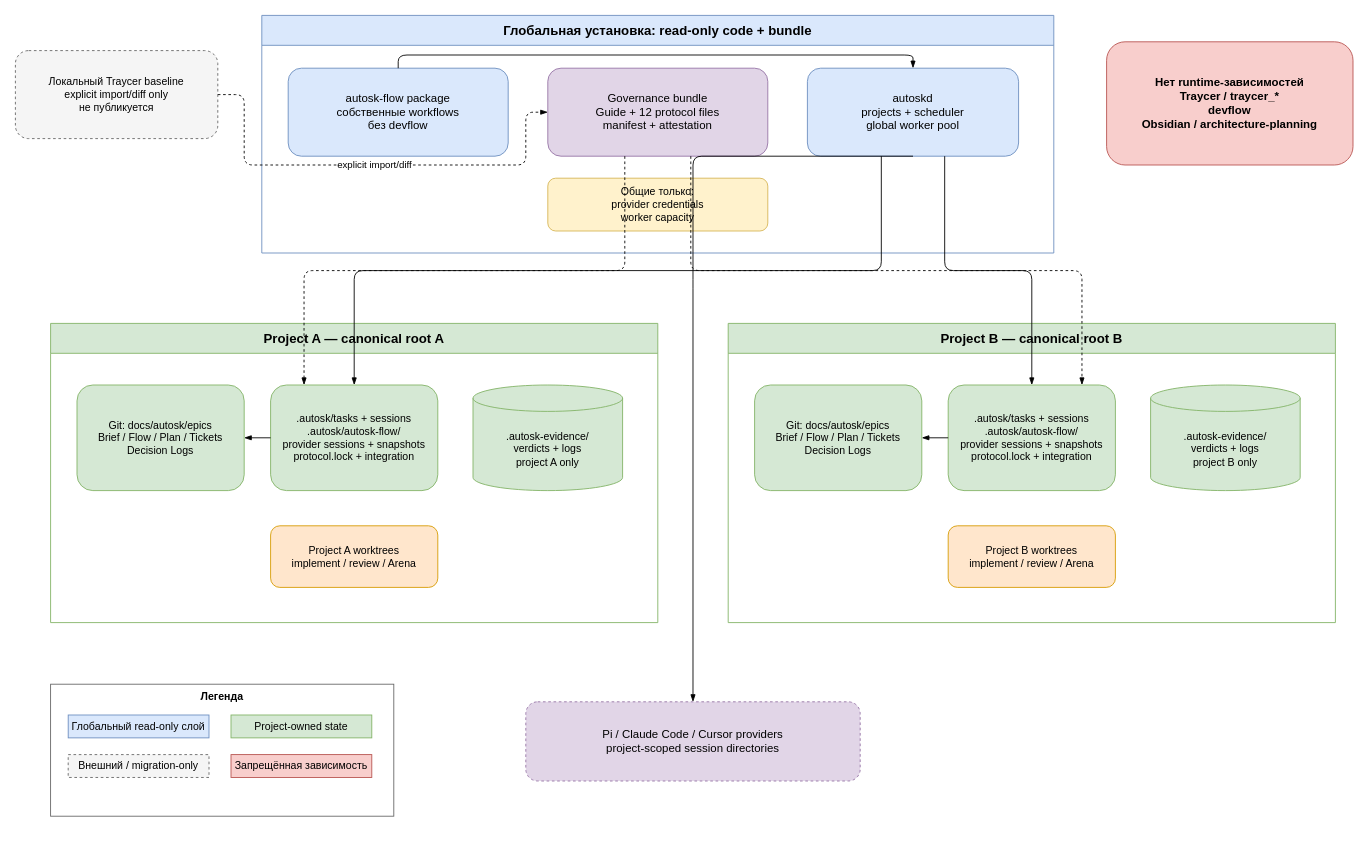
Valeron2206/autosk-traycer-flow keeps this draw.io diagram as page "Multi-project architecture" (2 of 2) of diagrams/autosk-flow.drawio. Above is the earlier version. Source tidied: cells renumbered, new cells numbered last; positions are measured from the earlier drawing's top-left corner, leaving out a move shared by most shapes. Both pictures are drawn from the tidied source at 88%, with x=0, y=0 at pixel (15, 15).
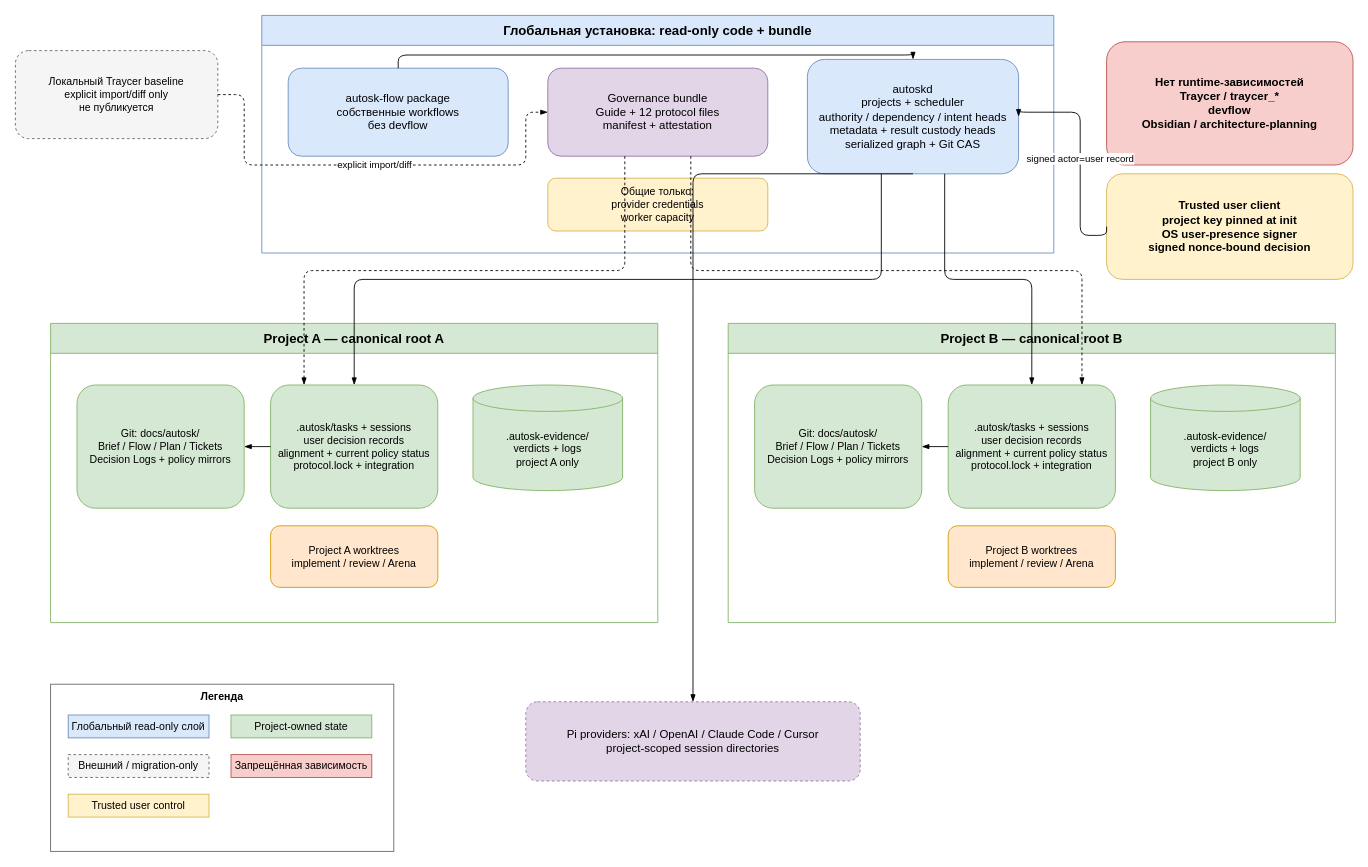
The same diagram, later.

Commit message (it also covers changes not shown here):
docs(flow): add human alignment gates (#42)

The change refers to these unchanged cells:
```xml
<mxCell id="2" value="Глобальная установка: read-only code + bundle" style="swimlane;startSize=34;html=1;whiteSpace=wrap;fillColor=#dae8fc;strokeColor=#6c8ebf;fontStyle=1;fontSize=15;" parent="1" vertex="1">
  <mxGeometry x="280" width="900" height="270" as="geometry" />
</mxCell>
<mxCell id="9" value="Project A — canonical root A" style="swimlane;startSize=34;html=1;whiteSpace=wrap;fillColor=#d5e8d4;strokeColor=#82b366;fontStyle=1;fontSize=15;" parent="1" vertex="1">
  <mxGeometry x="40" y="350" width="690" height="340" as="geometry" />
</mxCell>
<mxCell id="14" value="Project B — canonical root B" style="swimlane;startSize=34;html=1;whiteSpace=wrap;fillColor=#d5e8d4;strokeColor=#82b366;fontStyle=1;fontSize=15;" parent="1" vertex="1">
  <mxGeometry x="810" y="350" width="690" height="340" as="geometry" />
</mxCell>
```

What changed in the source:
```diff
@@
-    <mxCell id="5" value="autoskd&#10;projects + scheduler&#10;global worker pool" style="rounded=1;whiteSpace=wrap;html=1;fillColor=#dae8fc;strokeColor=#6c8ebf;fontSize=13;" parent="2" vertex="1">
-      <mxGeometry x="620" y="60" width="240" height="100" as="geometry" />
+    <mxCell id="5" value="autoskd&#10;projects + scheduler&#10;authority / dependency / intent heads&#10;metadata + result custody heads&#10;serialized graph + Git CAS" style="rounded=1;whiteSpace=wrap;html=1;fillColor=#dae8fc;strokeColor=#6c8ebf;fontSize=13;" parent="2" vertex="1">
+      <mxGeometry x="620" y="50" width="240" height="130" as="geometry" />
     </mxCell>
@@
+    <mxCell id="34" value="Trusted user client&#10;project key pinned at init&#10;OS user-presence signer&#10;signed nonce-bound decision" style="rounded=1;whiteSpace=wrap;html=1;fillColor=#fff2cc;strokeColor=#d6b656;fontStyle=1;fontSize=13;" parent="1" vertex="1">
+      <mxGeometry x="1240" y="180" width="280" height="120" as="geometry" />
+    </mxCell>
@@
-    <mxCell id="10" value="Git: docs/autosk/epics&#10;Brief / Flow / Plan / Tickets&#10;Decision Logs" style="rounded=1;whiteSpace=wrap;html=1;fillColor=#d5e8d4;strokeColor=#82b366;fontSize=12;" parent="9" vertex="1">
-      <mxGeometry x="30" y="70" width="190" height="120" as="geometry" />
+    <mxCell id="10" value="Git: docs/autosk/&#10;Brief / Flow / Plan / Tickets&#10;Decision Logs + policy mirrors" style="rounded=1;whiteSpace=wrap;html=1;fillColor=#d5e8d4;strokeColor=#82b366;fontSize=12;" parent="9" vertex="1">
+      <mxGeometry x="30" y="70" width="190" height="140" as="geometry" />
     </mxCell>
-    <mxCell id="11" value=".autosk/tasks + sessions&#10;.autosk/autosk-flow/&#10;provider sessions + snapshots&#10;protocol.lock + integration" style="rounded=1;whiteSpace=wrap;html=1;fillColor=#d5e8d4;strokeColor=#82b366;fontSize=12;" parent="9" vertex="1">
-      <mxGeometry x="250" y="70" width="190" height="120" as="geometry" />
+    <mxCell id="11" value=".autosk/tasks + sessions&#10;user decision records&#10;alignment + current policy status&#10;protocol.lock + integration" style="rounded=1;whiteSpace=wrap;html=1;fillColor=#d5e8d4;strokeColor=#82b366;fontSize=12;" parent="9" vertex="1">
+      <mxGeometry x="250" y="70" width="190" height="140" as="geometry" />
     </mxCell>
@@
-    <mxCell id="15" value="Git: docs/autosk/epics&#10;Brief / Flow / Plan / Tickets&#10;Decision Logs" style="rounded=1;whiteSpace=wrap;html=1;fillColor=#d5e8d4;strokeColor=#82b366;fontSize=12;" parent="14" vertex="1">
-      <mxGeometry x="30" y="70" width="190" height="120" as="geometry" />
+    <mxCell id="15" value="Git: docs/autosk/&#10;Brief / Flow / Plan / Tickets&#10;Decision Logs + policy mirrors" style="rounded=1;whiteSpace=wrap;html=1;fillColor=#d5e8d4;strokeColor=#82b366;fontSize=12;" parent="14" vertex="1">
+      <mxGeometry x="30" y="70" width="190" height="140" as="geometry" />
     </mxCell>
-    <mxCell id="16" value=".autosk/tasks + sessions&#10;.autosk/autosk-flow/&#10;provider sessions + snapshots&#10;protocol.lock + integration" style="rounded=1;whiteSpace=wrap;html=1;fillColor=#d5e8d4;strokeColor=#82b366;fontSize=12;" parent="14" vertex="1">
-      <mxGeometry x="250" y="70" width="190" height="120" as="geometry" />
+    <mxCell id="16" value=".autosk/tasks + sessions&#10;user decision records&#10;alignment + current policy status&#10;protocol.lock + integration" style="rounded=1;whiteSpace=wrap;html=1;fillColor=#d5e8d4;strokeColor=#82b366;fontSize=12;" parent="14" vertex="1">
+      <mxGeometry x="250" y="70" width="190" height="140" as="geometry" />
     </mxCell>
@@
-    <mxCell id="19" value="Pi / Claude Code / Cursor providers&#10;project-scoped session directories" style="rounded=1;whiteSpace=wrap;html=1;dashed=1;fillColor=#e1d5e7;strokeColor=#9673a6;fontSize=13;" parent="1" vertex="1">
+    <mxCell id="19" value="Pi providers: xAI / OpenAI / Claude Code / Cursor&#10;project-scoped session directories" style="rounded=1;whiteSpace=wrap;html=1;dashed=1;fillColor=#e1d5e7;strokeColor=#9673a6;fontSize=13;" parent="1" vertex="1">
       <mxGeometry x="580" y="780" width="380" height="90" as="geometry" />
     </mxCell>
     <mxCell id="20" value="Легенда" style="rounded=0;whiteSpace=wrap;html=1;fillColor=none;strokeColor=#666666;verticalAlign=top;fontStyle=1;" parent="1" vertex="1">
-      <mxGeometry x="40" y="760" width="390" height="150" as="geometry" />
+      <mxGeometry x="40" y="760" width="390" height="190" as="geometry" />
     </mxCell>
@@
+    <mxCell id="35" value="Trusted user control" style="rounded=0;whiteSpace=wrap;html=1;fillColor=#fff2cc;strokeColor=#d6b656;" parent="20" vertex="1">
+      <mxGeometry x="20" y="125" width="160" height="26" as="geometry" />
+    </mxCell>
@@
+    <mxCell id="36" value="signed actor=user record" style="edgeStyle=orthogonalEdgeStyle;rounded=1;jettySize=auto;html=1;endArrow=blockThin;endFill=1;labelBackgroundColor=#ffffff;exitX=0;exitY=0.5;entryX=1;entryY=0.5;" parent="1" edge="1" source="34" target="5">
+      <mxGeometry relative="1" as="geometry">
+        <Array as="points">
+          <mxPoint x="1210" y="250" />
+          <mxPoint x="1210" y="110" />
+        </Array>
+      </mxGeometry>
+    </mxCell>
```
